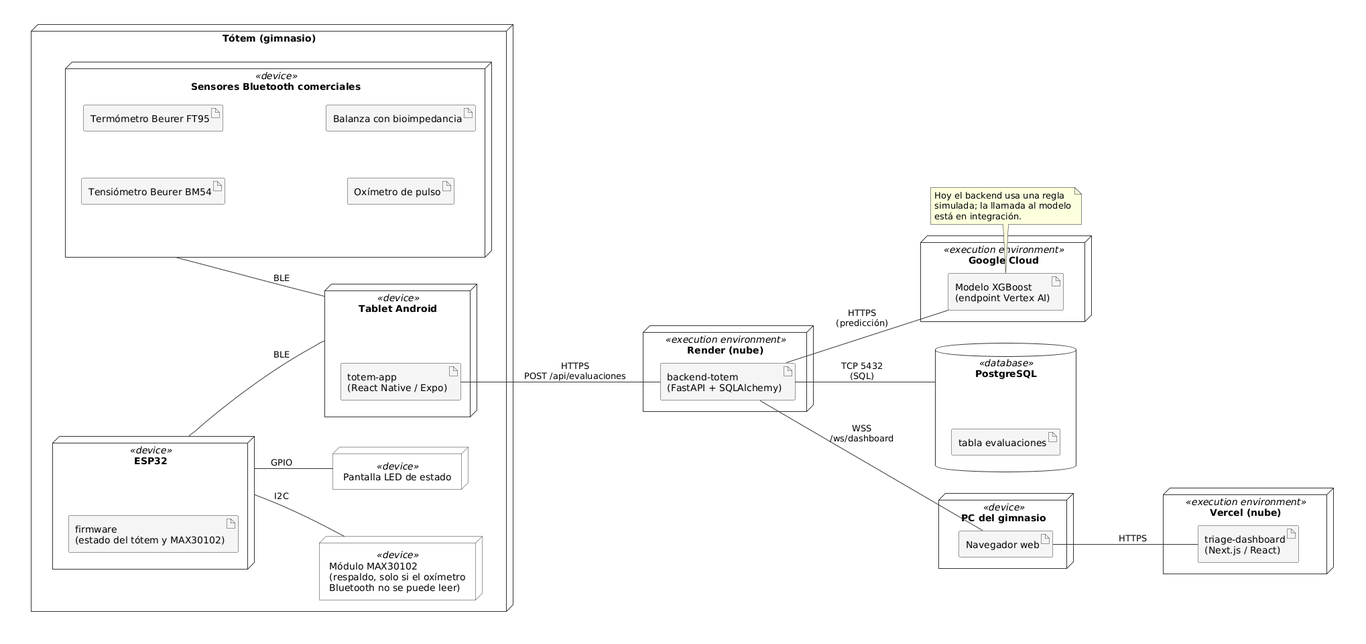
Earlier version of the PlantUML export Fase 2/Evidencias Proyecto/Evidencias de documentación/Arquitectura 4+1/5. Vista física/Diagrama_de_despliegue.png (Sjarac/Proyecto_Totem_Triage). Its diagram source:
```plantuml
@startuml
<style>
document {
  Margin 30
}
</style>
skinparam shadowing false
skinparam defaultFontName Arial
skinparam nodesep 70
skinparam ranksep 80
skinparam node {
  BackgroundColor White
  BorderColor #333333
}
skinparam artifact {
  BackgroundColor #F5F5F5
  BorderColor #333333
}
skinparam database {
  BackgroundColor White
  BorderColor #333333
}
skinparam ArrowColor #333333
left to right direction

node "Tótem (gimnasio)" as Totem {
  node "Tablet Android" <<device>> as Tablet {
    artifact "totem-app\n(React Native / Expo)" as App
  }
  node "ESP32" <<device>> as ESP32 {
    artifact "firmware\n(estado del tótem y MAX30102)" as Firmware
  }
  node "Pantalla LED de estado" <<device>> as LED
  node "Módulo MAX30102\n(respaldo, solo si el oxímetro\nBluetooth no se puede leer)" <<device>> as MAX
  node "Sensores Bluetooth comerciales" <<device>> as Sensores {
    artifact "Tensiómetro Beurer BM54" as BM54
    artifact "Termómetro Beurer FT95" as FT95
    artifact "Oxímetro de pulso" as Oxi
    artifact "Balanza con bioimpedancia" as Balanza
  }
}

node "Render (nube)" <<execution environment>> as Render {
  artifact "backend-totem\n(FastAPI + SQLAlchemy)" as API
}

database "PostgreSQL" <<database>> as BD {
  artifact "tabla evaluaciones" as Tabla
}

node "Google Cloud" <<execution environment>> as GCP {
  artifact "Modelo XGBoost\n(endpoint Vertex AI)" as Modelo
}

node "Vercel (nube)" <<execution environment>> as Vercel {
  artifact "triage-dashboard\n(Next.js / React)" as Dash
}

node "PC del gimnasio" <<device>> as PC {
  artifact "Navegador web" as Browser
}

App -- API : HTTPS\nPOST /api/evaluaciones
API -- BD : TCP 5432\n(SQL)
API -- Modelo : HTTPS\n(predicción)
API -- Browser : WSS\n/ws/dashboard
Browser -- Dash : HTTPS

Sensores -- Tablet : BLE
ESP32 -- Tablet : BLE
ESP32 -- LED : GPIO
ESP32 -- MAX : I2C

note bottom of Modelo
  Hoy el backend usa una regla
  simulada; la llamada al modelo
  está en integración.
end note
@enduml
```
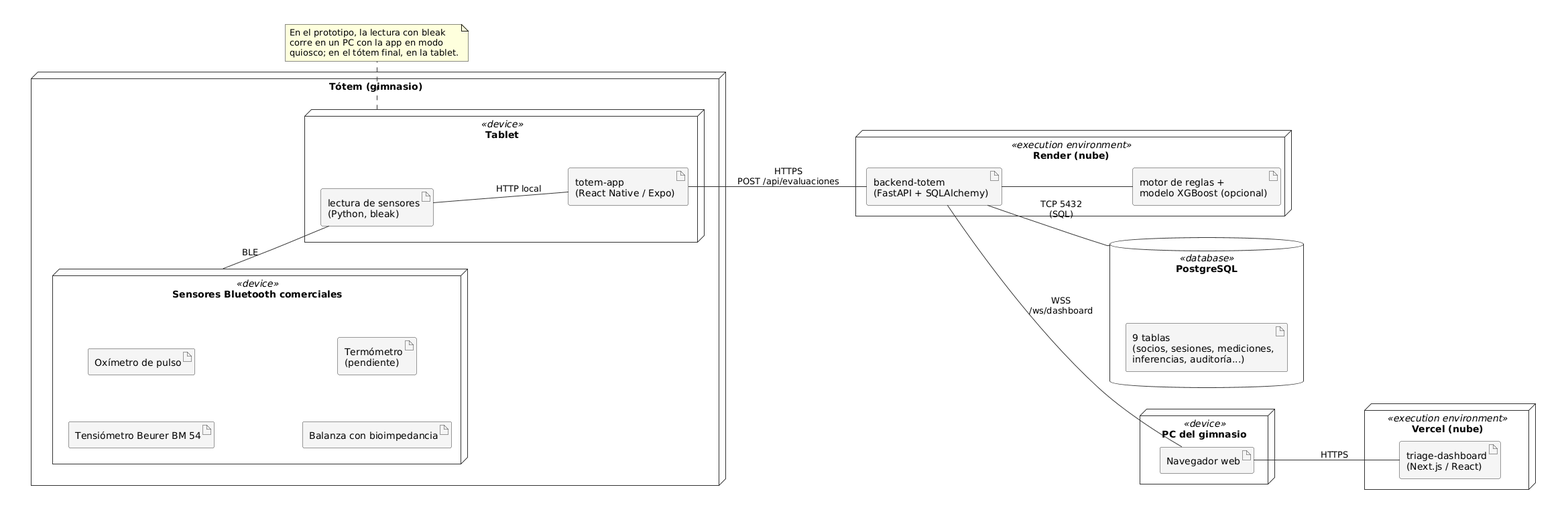
Later version of the same file.

Commit message:
Actualiza diagramas de secuencia y despliegue: tensiómetro integrado, lectura con bleak y sin ESP32

The edit, as a diff of the source:
```diff
@@ -24,32 +24,25 @@
 left to right direction
 
 node "Tótem (gimnasio)" as Totem {
-  node "Tablet Android" <<device>> as Tablet {
+  node "Tablet" <<device>> as Tablet {
     artifact "totem-app\n(React Native / Expo)" as App
+    artifact "lectura de sensores\n(Python, bleak)" as Lector
   }
-  node "ESP32" <<device>> as ESP32 {
-    artifact "firmware\n(estado del tótem y MAX30102)" as Firmware
-  }
-  node "Pantalla LED de estado" <<device>> as LED
-  node "Módulo MAX30102\n(respaldo, solo si el oxímetro\nBluetooth no se puede leer)" <<device>> as MAX
   node "Sensores Bluetooth comerciales" <<device>> as Sensores {
-    artifact "Tensiómetro Beurer BM54" as BM54
-    artifact "Termómetro Beurer FT95" as FT95
+    artifact "Tensiómetro Beurer BM 54" as BM54
     artifact "Oxímetro de pulso" as Oxi
     artifact "Balanza con bioimpedancia" as Balanza
+    artifact "Termómetro\n(pendiente)" as Termo
   }
 }
 
 node "Render (nube)" <<execution environment>> as Render {
   artifact "backend-totem\n(FastAPI + SQLAlchemy)" as API
+  artifact "motor de reglas +\nmodelo XGBoost (opcional)" as Motor
 }
 
 database "PostgreSQL" <<database>> as BD {
-  artifact "tabla evaluaciones" as Tabla
-}
-
-node "Google Cloud" <<execution environment>> as GCP {
-  artifact "Modelo XGBoost\n(endpoint Vertex AI)" as Modelo
+  artifact "9 tablas\n(socios, sesiones, mediciones,\ninferencias, auditoría...)" as Tablas
 }
 
 node "Vercel (nube)" <<execution environment>> as Vercel {
@@ -60,20 +53,17 @@
   artifact "Navegador web" as Browser
 }
 
+Sensores -- Lector : BLE
+Lector -- App : HTTP local
 App -- API : HTTPS\nPOST /api/evaluaciones
+API -- Motor
 API -- BD : TCP 5432\n(SQL)
-API -- Modelo : HTTPS\n(predicción)
 API -- Browser : WSS\n/ws/dashboard
 Browser -- Dash : HTTPS
 
-Sensores -- Tablet : BLE
-ESP32 -- Tablet : BLE
-ESP32 -- LED : GPIO
-ESP32 -- MAX : I2C
-
-note bottom of Modelo
-  Hoy el backend usa una regla
-  simulada; la llamada al modelo
-  está en integración.
+note bottom of Tablet
+  En el prototipo, la lectura con bleak
+  corre en un PC con la app en modo
+  quiosco; en el tótem final, en la tablet.
 end note
 @enduml
```
